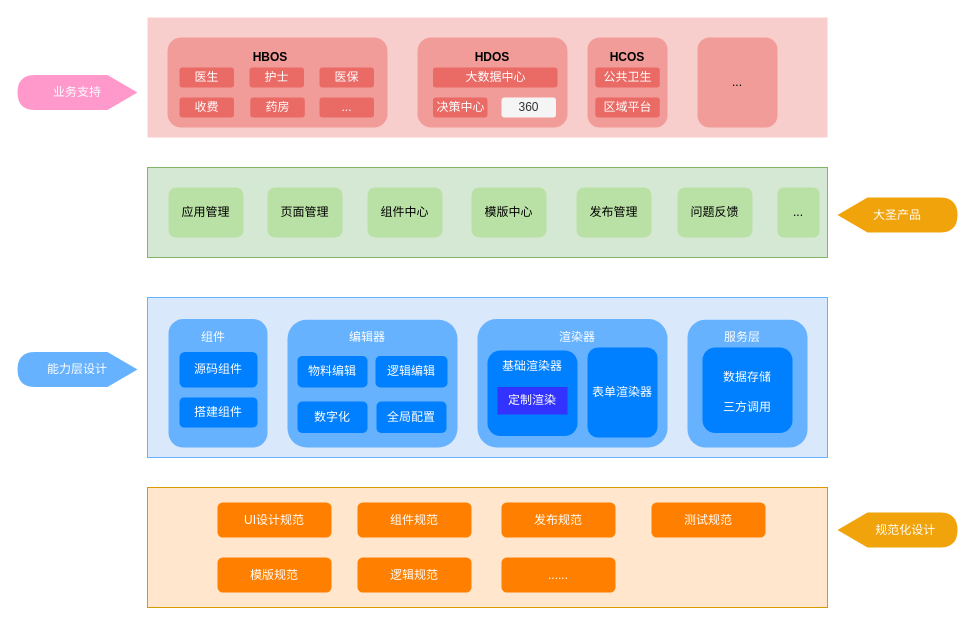
Above: page "第 1 页" (1 of 2) of 未命名绘图.drawio in DavidsLiu/base_js_note (draw.io), before the change. Source tidied: cells renumbered, new cells numbered last; positions are measured from the earlier drawing's top-left corner, leaving out a move shared by most shapes. Both pictures are drawn from the tidied source at 100%, with x=0, y=0 at pixel (17, 17).
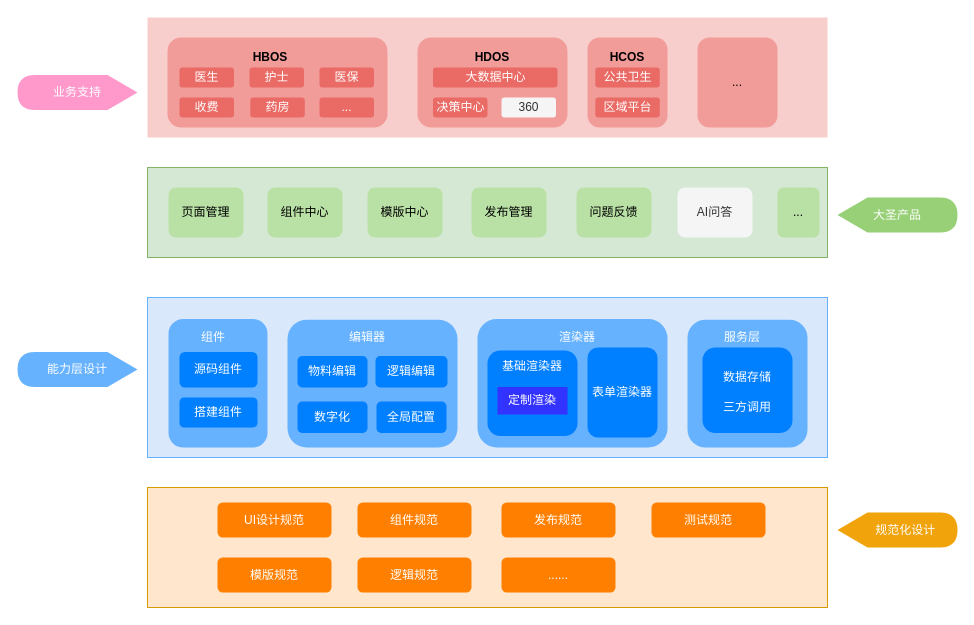
After the change.

Commit message (it also covers changes not shown here):
更新未命名绘图.drawio

Change to the diagram source:
```diff
@@
-    <mxCell id="17" value="&lt;font color=&quot;#ffffff&quot;&gt;大圣产品&lt;/font&gt;" style="shape=display;whiteSpace=wrap;html=1;fillColor=#f0a30a;strokeColor=none;fontColor=#000000;" parent="1" vertex="1">
+    <mxCell id="17" value="&lt;font color=&quot;#ffffff&quot;&gt;大圣产品&lt;/font&gt;" style="shape=display;whiteSpace=wrap;html=1;fillColor=#97D077;strokeColor=none;" parent="1" vertex="1">
       <mxGeometry x="820" y="180" width="120" height="35" as="geometry" />
     </mxCell>
@@
-    <mxCell id="38" value="应用管理" style="rounded=1;whiteSpace=wrap;html=1;fillColor=#B9E0A5;strokeColor=none;" parent="1" vertex="1">
+    <mxCell id="38" value="页面管理" style="rounded=1;whiteSpace=wrap;html=1;fillColor=#B9E0A5;strokeColor=none;" parent="1" vertex="1">
       <mxGeometry x="151" y="170" width="75" height="50" as="geometry" />
     </mxCell>
-    <mxCell id="39" value="&lt;font color=&quot;#000000&quot;&gt;组件中心&lt;/font&gt;" style="rounded=1;whiteSpace=wrap;html=1;strokeColor=none;fillColor=#B9E0A5;fontColor=#FFFFFF;" parent="1" vertex="1">
+    <mxCell id="39" value="&lt;span style=&quot;color: rgb(0, 0, 0);&quot;&gt;模版中心&lt;/span&gt;" style="rounded=1;whiteSpace=wrap;html=1;strokeColor=none;fillColor=#B9E0A5;fontColor=#FFFFFF;" parent="1" vertex="1">
       <mxGeometry x="350" y="170" width="75" height="50" as="geometry" />
     </mxCell>
-    <mxCell id="40" value="模版中心" style="rounded=1;whiteSpace=wrap;html=1;strokeColor=none;fillColor=#B9E0A5;" parent="1" vertex="1">
+    <mxCell id="40" value="发布管理" style="rounded=1;whiteSpace=wrap;html=1;strokeColor=none;fillColor=#B9E0A5;" parent="1" vertex="1">
       <mxGeometry x="454" y="170" width="75" height="50" as="geometry" />
     </mxCell>
-    <mxCell id="41" value="发布管理" style="rounded=1;whiteSpace=wrap;html=1;fillColor=#B9E0A5;strokeColor=none;" parent="1" vertex="1">
+    <mxCell id="41" value="问题反馈" style="rounded=1;whiteSpace=wrap;html=1;fillColor=#B9E0A5;strokeColor=none;" parent="1" vertex="1">
       <mxGeometry x="559" y="170" width="75" height="50" as="geometry" />
     </mxCell>
-    <mxCell id="42" value="问题反馈" style="rounded=1;whiteSpace=wrap;html=1;fillColor=#B9E0A5;strokeColor=none;" parent="1" vertex="1">
+    <mxCell id="42" value="AI问答" style="rounded=1;whiteSpace=wrap;html=1;fillColor=#f5f5f5;strokeColor=none;fontColor=#333333;" parent="1" vertex="1">
       <mxGeometry x="660" y="170" width="75" height="50" as="geometry" />
     </mxCell>
-    <mxCell id="43" value="页面管理" style="rounded=1;whiteSpace=wrap;html=1;fillColor=#B9E0A5;strokeColor=none;" parent="1" vertex="1">
+    <mxCell id="43" value="组件中心" style="rounded=1;whiteSpace=wrap;html=1;fillColor=#B9E0A5;strokeColor=none;" parent="1" vertex="1">
       <mxGeometry x="250" y="170" width="75" height="50" as="geometry" />
     </mxCell>
```
